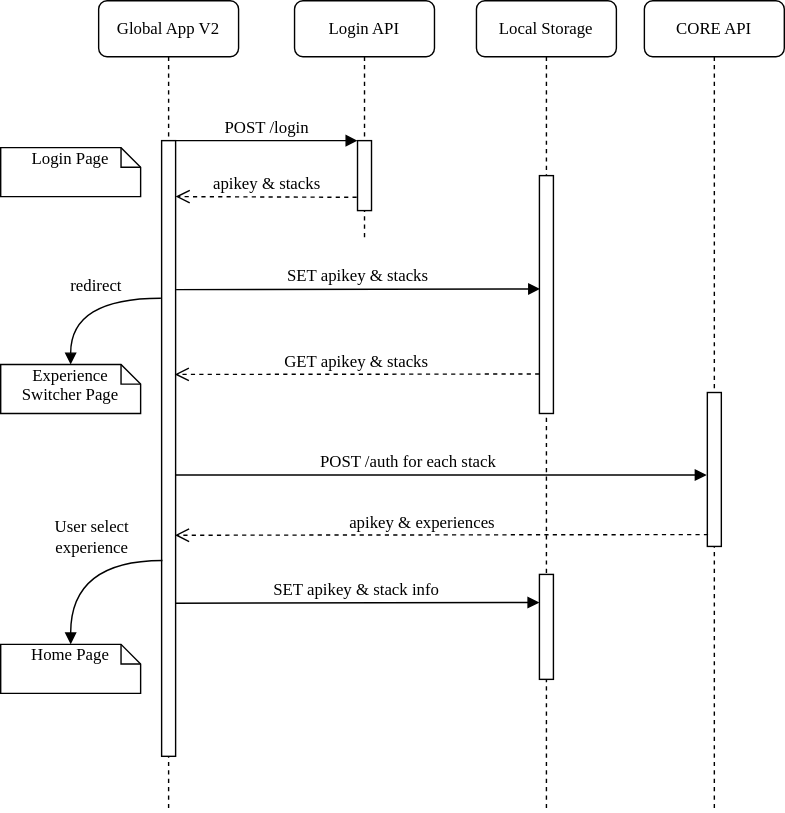
The draw.io diagram docs/workflows/login.drawio.svg in intersective/app, before a commit. Source tidied: cells renumbered, new cells last; positions are measured from the earlier drawing's top-left corner, leaving out a move shared by most shapes.
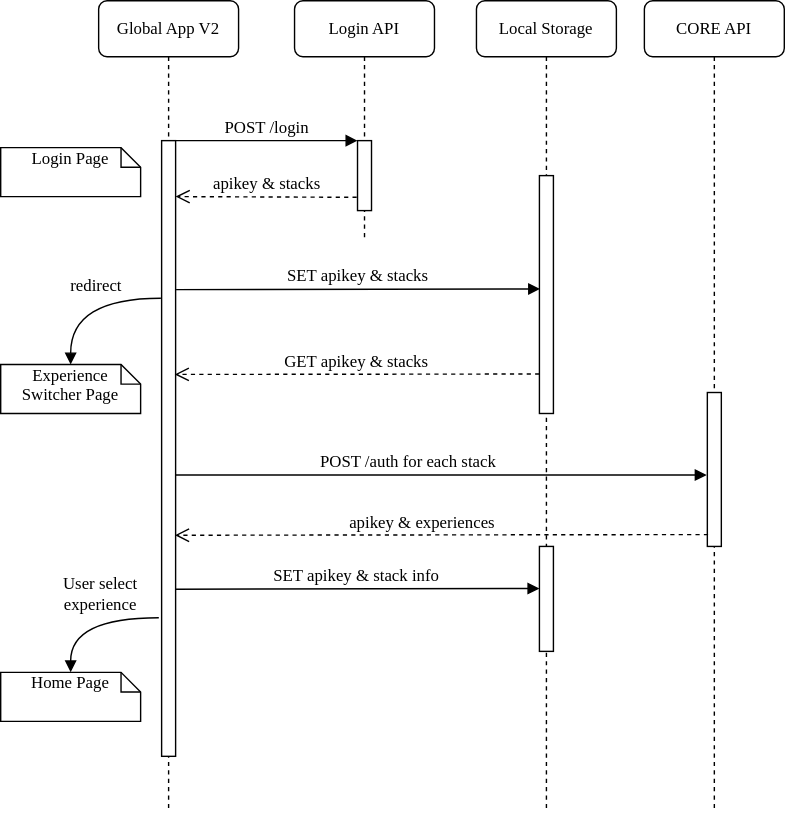
The same file after the commit.

Change to the diagram source:
```diff
@@ -77,26 +77,25 @@
       </mxGeometry>
     </mxCell>
     <mxCell id="19" style="html=1;perimeter=orthogonalPerimeter;rounded=0;shadow=0;comic=0;labelBackgroundColor=none;strokeWidth=1;fontFamily=Verdana;fontSize=12;align=center;" parent="1" vertex="1">
-      <mxGeometry x="385" y="410" width="10" height="75" as="geometry" />
+      <mxGeometry x="385" y="390" width="10" height="75" as="geometry" />
     </mxCell>
     <mxCell id="20" value="SET apikey &amp;amp; stack info" style="html=1;verticalAlign=bottom;endArrow=block;labelBackgroundColor=none;fontFamily=Verdana;fontSize=12;edgeStyle=elbowEdgeStyle;elbow=vertical;entryX=0.05;entryY=0.476;entryDx=0;entryDy=0;entryPerimeter=0;exitX=1.033;exitY=0.242;exitDx=0;exitDy=0;exitPerimeter=0;" parent="1" edge="1">
       <mxGeometry relative="1" as="geometry">
-        <mxPoint x="124.8" y="430.6" as="sourcePoint" />
-        <mxPoint x="385" y="430" as="targetPoint" />
+        <mxPoint x="124.8" y="420.6" as="sourcePoint" />
+        <mxPoint x="385" y="420" as="targetPoint" />
         <Array as="points">
-          <mxPoint x="369.5" y="430.1" />
-          <mxPoint x="289.5" y="424.1" />
+          <mxPoint x="369.5" y="420.1" />
+          <mxPoint x="289.5" y="414.1" />
         </Array>
       </mxGeometry>
     </mxCell>
     <mxCell id="21" value="Home Page" style="shape=note;whiteSpace=wrap;html=1;size=14;verticalAlign=top;align=center;spacingTop=-6;rounded=0;shadow=0;comic=0;labelBackgroundColor=none;strokeWidth=1;fontFamily=Verdana;fontSize=12;" parent="1" vertex="1">
-      <mxGeometry y="460" width="100" height="35" as="geometry" />
+      <mxGeometry y="480" width="100" height="35" as="geometry" />
     </mxCell>
-    <mxCell id="22" value="User select &lt;br&gt;experience" style="html=1;verticalAlign=bottom;endArrow=block;labelBackgroundColor=none;fontFamily=Verdana;fontSize=12;elbow=vertical;edgeStyle=orthogonalEdgeStyle;curved=1;exitX=0.059;exitY=0.237;exitDx=0;exitDy=0;exitPerimeter=0;entryX=0.5;entryY=0;entryDx=0;entryDy=0;entryPerimeter=0;" parent="1" edge="1" target="21">
+    <mxCell id="22" value="User select &lt;br&gt;experience" style="html=1;verticalAlign=bottom;endArrow=block;labelBackgroundColor=none;fontFamily=Verdana;fontSize=12;elbow=vertical;edgeStyle=orthogonalEdgeStyle;curved=1;exitX=-0.2;exitY=0.775;exitDx=0;exitDy=0;exitPerimeter=0;entryX=0.5;entryY=0;entryDx=0;entryDy=0;entryPerimeter=0;" parent="1" edge="1" source="8" target="21">
       <mxGeometry x="-0.18" relative="1" as="geometry">
-        <mxPoint x="115.6" y="400" as="sourcePoint" />
         <Array as="points">
-          <mxPoint x="50" y="400" />
+          <mxPoint x="50" y="441" />
         </Array>
       </mxGeometry>
     </mxCell>
```
